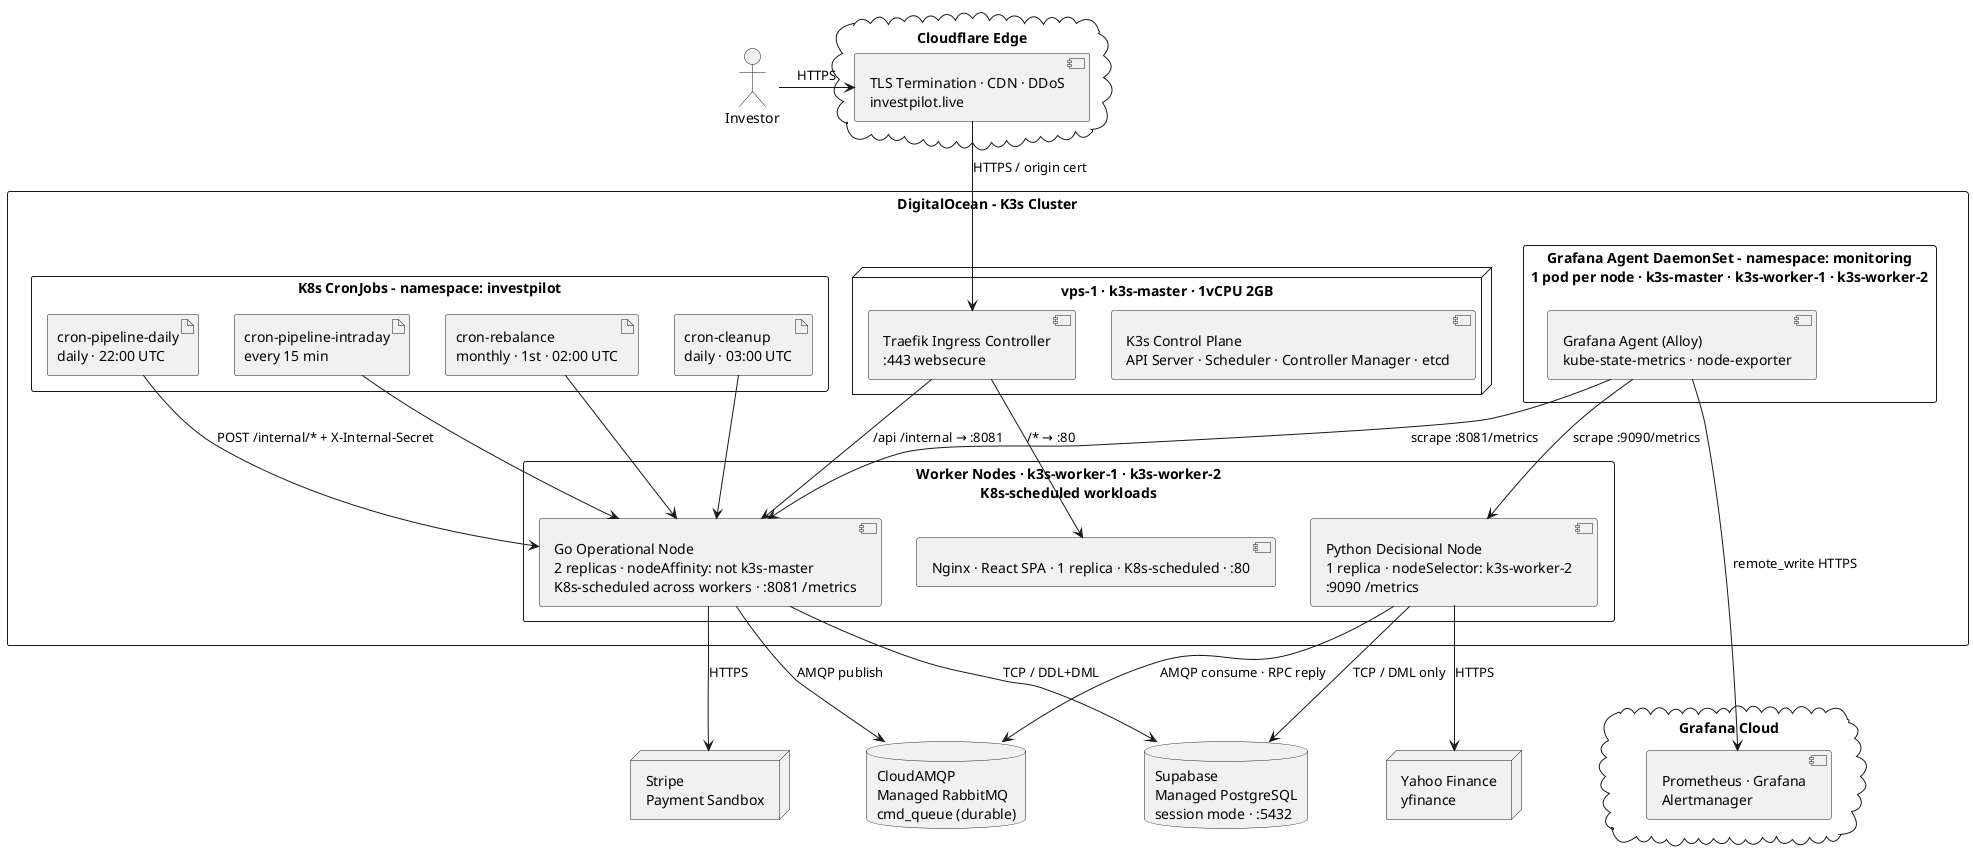
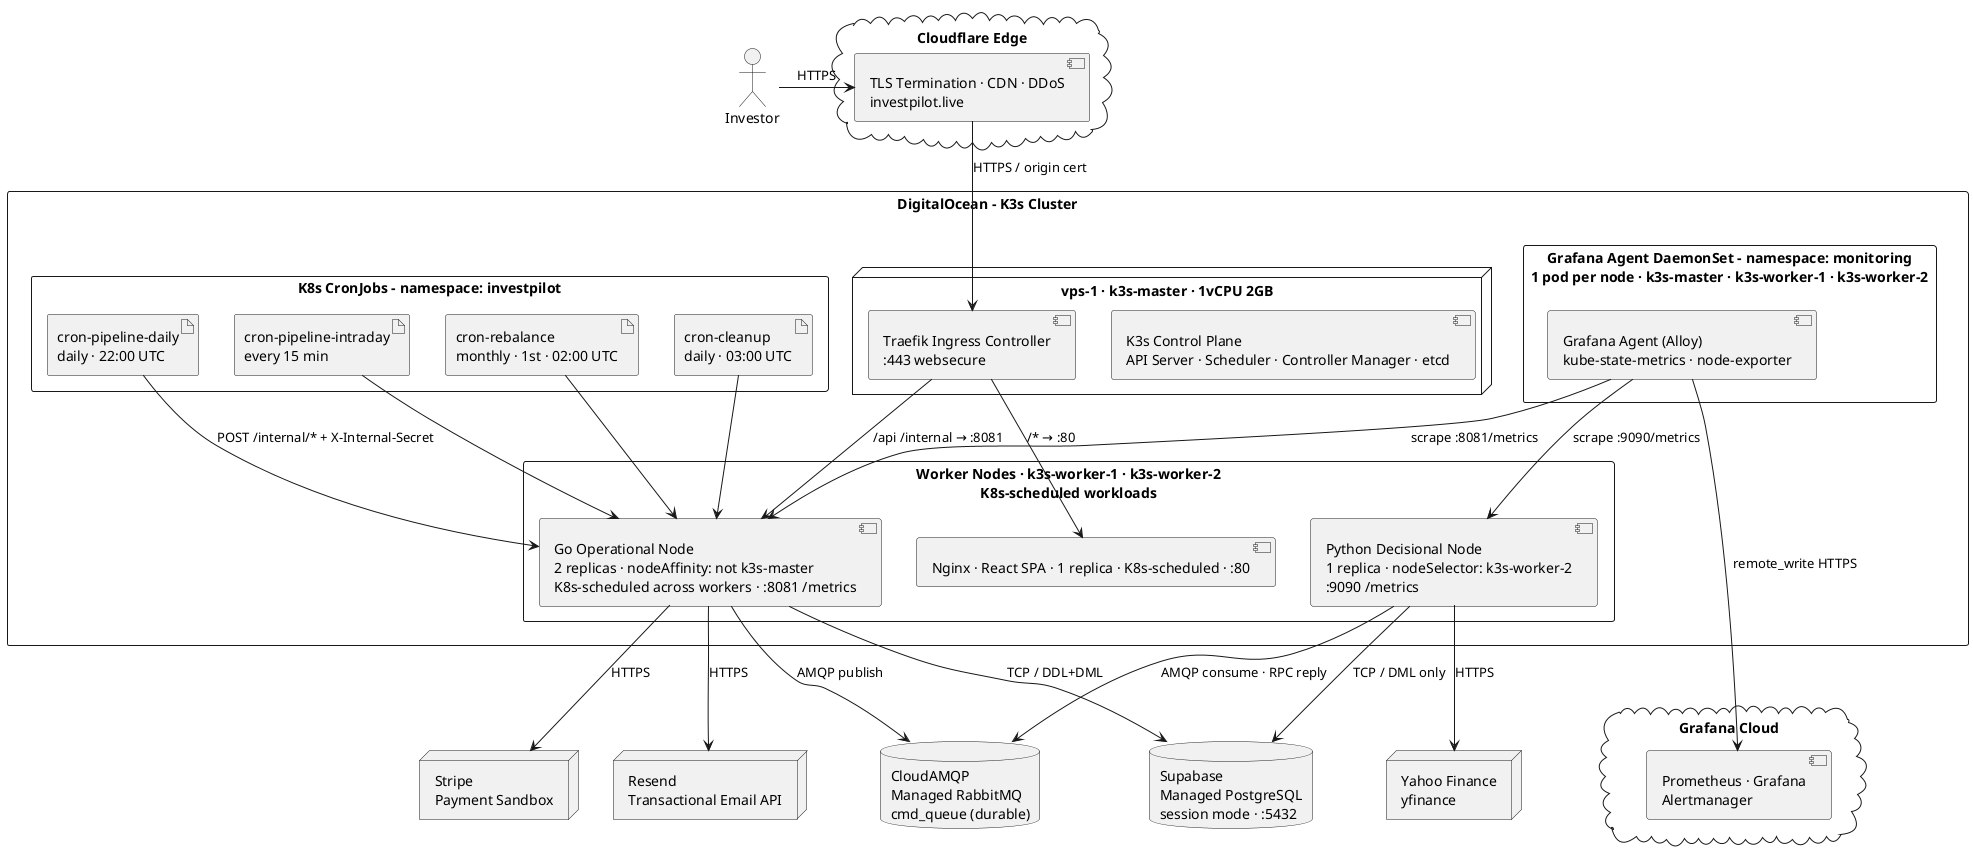
@startuml InvestPilot-Deployment

top to bottom direction

actor "Investor" as Investor

cloud "Cloudflare Edge" as CF {
    component "TLS Termination · CDN · DDoS\ninvestpilot.live" as CDN
}


rectangle "DigitalOcean - K3s Cluster" as K3S {

    node "vps-1 · k3s-master · 1vCPU 2GB" as VPS1 {
        component "K3s Control Plane\nAPI Server · Scheduler · Controller Manager · etcd" as ControlPlane
        component "Traefik Ingress Controller\n:443 websecure" as Traefik
    }

    rectangle "Worker Nodes · k3s-worker-1 · k3s-worker-2\nK8s-scheduled workloads" as Workers {
        component "Go Operational Node\n2 replicas · nodeAffinity: not k3s-master\nK8s-scheduled across workers · :8081 /metrics" as Go
        component "Nginx · React SPA · 1 replica · K8s-scheduled · :80" as Nginx
        component "Python Decisional Node\n1 replica · nodeSelector: k3s-worker-2\n:9090 /metrics" as Python
    }

    rectangle "K8s CronJobs - namespace: investpilot" as CJ {
        artifact "cron-pipeline-daily\ndaily · 22:00 UTC" as CronD
        artifact "cron-pipeline-intraday\nevery 15 min" as CronI
        artifact "cron-rebalance\nmonthly · 1st · 02:00 UTC" as CronR
        artifact "cron-cleanup\ndaily · 03:00 UTC" as CronC
    }

    rectangle "Grafana Agent DaemonSet - namespace: monitoring\n1 pod per node · k3s-master · k3s-worker-1 · k3s-worker-2" as Mon {
        component "Grafana Agent (Alloy)\nkube-state-metrics · node-exporter" as Agent
    }

}

node "Stripe\nPayment Sandbox" as StripeExt
node "Yahoo Finance\nyfinance" as YFin
+ node "Resend\nTransactional Email API" as ResendExt

database "Supabase\nManaged PostgreSQL\nsession mode · :5432" as PG
database "CloudAMQP\nManaged RabbitMQ\ncmd_queue (durable)" as AMQP

cloud "Grafana Cloud" as GCloud {
    component "Prometheus · Grafana\nAlertmanager" as GCInner
}

' AMQP at bottom
' Python -[hidden]-> AMQP
' GCloud at bottom
Mon -[hidden]-> GCloud
Go -[hidden]-> GCloud

Investor -right-> CDN : HTTPS
CDN --> Traefik : HTTPS / origin cert
Traefik --> Nginx : "/* → :80"
Traefik --> Go : "/api /internal → :8081"
CronD --> Go : "POST /internal/* + X-Internal-Secret"
CronI --> Go
CronR --> Go
CronC --> Go
Go --> AMQP : AMQP publish
Python --> AMQP : "AMQP consume · RPC reply"
Go --> PG : TCP / DDL+DML
Python --> PG : TCP / DML only
Go --> StripeExt : HTTPS
Python --> YFin : HTTPS
Agent --> Go : scrape :8081/metrics
Agent --> Python : scrape :9090/metrics
Agent --> GCInner : remote_write HTTPS
+ Go --> ResendExt : HTTPS
+ ' ResendExt -[hidden]-> StripeExt
+ 

@enduml
